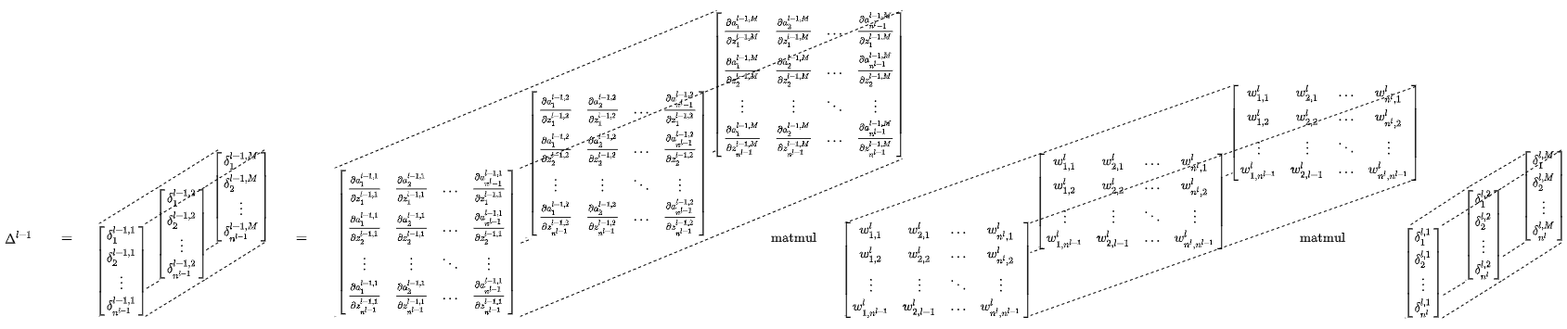
The draw.io diagram theory/Delta_l_1.png in kevinsuedmersen/neural_networks_from_scratch, before a commit. Source tidied: cells renumbered, new cells last; positions are measured from the earlier drawing's top-left corner, leaving out a move shared by most shapes.
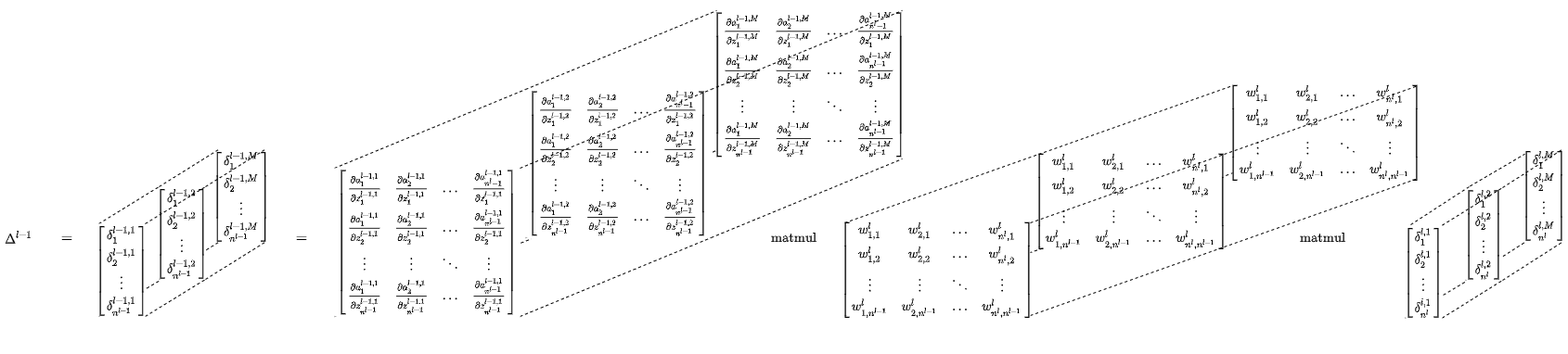
The same diagram one commit later.

What changed in the source:
```diff
@@ -80,10 +80,10 @@
     <mxCell id="27" style="edgeStyle=none;rounded=0;jettySize=auto;html=1;exitX=0;exitY=1;exitDx=0;exitDy=0;entryX=0.003;entryY=0.94;entryDx=0;entryDy=0;entryPerimeter=0;dashed=1;startArrow=none;startFill=0;endArrow=none;endFill=0;" parent="1" edge="1" source="28" target="29">
       <mxGeometry x="720" y="260" as="geometry" />
     </mxCell>
-    <mxCell id="28" value="$$&lt;br&gt;\left[&lt;br&gt;\matrix{&lt;br&gt;w^l_{1,1} &amp;amp; w^l_{2,1} &amp;amp; ... &amp;amp; w^l_{n^l, 1} \\&lt;br&gt;w^l_{1,2} &amp;amp; w^l_{2,2} &amp;amp; ... &amp;amp; w^l_{n^l, 2} \\&lt;br&gt;\vdots &amp;amp; \vdots &amp;amp; \ddots &amp;amp; \vdots \\&lt;br&gt;w^l_{1,n^{l-1}} &amp;amp; w^l_{2,{l-1}} &amp;amp; ... &amp;amp; w^l_{n^l, n^{l-1}}&amp;nbsp;&lt;br&gt;}&lt;br&gt;\right]&lt;br&gt;$$" style="rounded=0;whiteSpace=wrap;html=1;strokeColor=none;" parent="1" vertex="1">
+    <mxCell id="28" value="$$&lt;br&gt;\left[&lt;br&gt;\matrix{&lt;br&gt;w^l_{1,1} &amp;amp; w^l_{2,1} &amp;amp; ... &amp;amp; w^l_{n^l, 1} \\&lt;br&gt;w^l_{1,2} &amp;amp; w^l_{2,2} &amp;amp; ... &amp;amp; w^l_{n^l, 2} \\&lt;br&gt;\vdots &amp;amp; \vdots &amp;amp; \ddots &amp;amp; \vdots \\&lt;br&gt;w^l_{1,n^{l-1}} &amp;amp; w^l_{2,n^{l-1}} &amp;amp; ... &amp;amp; w^l_{n^l, n^{l-1}}&amp;nbsp;&lt;br&gt;}&lt;br&gt;\right]&lt;br&gt;$$" style="rounded=0;whiteSpace=wrap;html=1;strokeColor=none;" parent="1" vertex="1">
       <mxGeometry x="1119" y="155" width="200" height="100" as="geometry" />
     </mxCell>
-    <mxCell id="29" value="$$&lt;br&gt;\left[&lt;br&gt;\matrix{&lt;br&gt;w^l_{1,1} &amp;amp; w^l_{2,1} &amp;amp; ... &amp;amp; w^l_{n^l, 1} \\&lt;br&gt;w^l_{1,2} &amp;amp; w^l_{2,2} &amp;amp; ... &amp;amp; w^l_{n^l, 2} \\&lt;br&gt;\vdots &amp;amp; \vdots &amp;amp; \ddots &amp;amp; \vdots \\&lt;br&gt;w^l_{1,n^{l-1}} &amp;amp; w^l_{2,{l-1}} &amp;amp; ... &amp;amp; w^l_{n^l, n^{l-1}}&amp;nbsp;&lt;br&gt;}&lt;br&gt;\right]&lt;br&gt;$$" style="rounded=0;whiteSpace=wrap;html=1;strokeColor=none;" parent="1" vertex="1">
+    <mxCell id="29" value="$$&lt;br&gt;\left[&lt;br&gt;\matrix{&lt;br&gt;w^l_{1,1} &amp;amp; w^l_{2,1} &amp;amp; ... &amp;amp; w^l_{n^l, 1} \\&lt;br&gt;w^l_{1,2} &amp;amp; w^l_{2,2} &amp;amp; ... &amp;amp; w^l_{n^l, 2} \\&lt;br&gt;\vdots &amp;amp; \vdots &amp;amp; \ddots &amp;amp; \vdots \\&lt;br&gt;w^l_{1,n^{l-1}} &amp;amp; w^l_{2,n^{l-1}} &amp;amp; ... &amp;amp; w^l_{n^l, n^{l-1}}&amp;nbsp;&lt;br&gt;}&lt;br&gt;\right]&lt;br&gt;$$" style="rounded=0;whiteSpace=wrap;html=1;strokeColor=none;" parent="1" vertex="1">
       <mxGeometry x="1328" y="81" width="200" height="100" as="geometry" />
     </mxCell>
     <mxCell id="30" style="rounded=0;jettySize=auto;html=1;exitX=0;exitY=0;exitDx=0;exitDy=0;dashed=1;startArrow=none;startFill=0;entryX=0;entryY=0;entryDx=0;entryDy=0;endArrow=none;endFill=0;" parent="1" edge="1" source="33" target="28">
@@ -95,7 +95,7 @@
     <mxCell id="32" style="edgeStyle=none;rounded=0;jettySize=auto;html=1;exitX=0;exitY=1;exitDx=0;exitDy=0;entryX=0.031;entryY=1.008;entryDx=0;entryDy=0;entryPerimeter=0;dashed=1;startArrow=none;startFill=0;endArrow=none;endFill=0;" parent="1" edge="1" source="33" target="28">
       <mxGeometry x="720" y="260" as="geometry" />
     </mxCell>
-    <mxCell id="33" value="$$&lt;br&gt;\left[&lt;br&gt;\matrix{&lt;br&gt;w^l_{1,1} &amp;amp; w^l_{2,1} &amp;amp; ... &amp;amp; w^l_{n^l, 1} \\&lt;br&gt;w^l_{1,2} &amp;amp; w^l_{2,2} &amp;amp; ... &amp;amp; w^l_{n^l, 2} \\&lt;br&gt;\vdots &amp;amp; \vdots &amp;amp; \ddots &amp;amp; \vdots \\&lt;br&gt;w^l_{1,n^{l-1}} &amp;amp; w^l_{2,{l-1}} &amp;amp; ... &amp;amp; w^l_{n^l, n^{l-1}}&amp;nbsp;&lt;br&gt;}&lt;br&gt;\right]&lt;br&gt;$$" style="rounded=0;whiteSpace=wrap;html=1;strokeColor=none;" parent="1" vertex="1">
+    <mxCell id="33" value="$$&lt;br&gt;\left[&lt;br&gt;\matrix{&lt;br&gt;w^l_{1,1} &amp;amp; w^l_{2,1} &amp;amp; ... &amp;amp; w^l_{n^l, 1} \\&lt;br&gt;w^l_{1,2} &amp;amp; w^l_{2,2} &amp;amp; ... &amp;amp; w^l_{n^l, 2} \\&lt;br&gt;\vdots &amp;amp; \vdots &amp;amp; \ddots &amp;amp; \vdots \\&lt;br&gt;w^l_{1,n^{l-1}} &amp;amp; w^l_{2,n^{l-1}} &amp;amp; ... &amp;amp; w^l_{n^l, n^{l-1}}&amp;nbsp;&lt;br&gt;}&lt;br&gt;\right]&lt;br&gt;$$" style="rounded=0;whiteSpace=wrap;html=1;strokeColor=none;" parent="1" vertex="1">
       <mxGeometry x="910" y="229" width="200" height="100" as="geometry" />
     </mxCell>
     <mxCell id="34" style="edgeStyle=none;rounded=0;jettySize=auto;html=1;exitX=0;exitY=0;exitDx=0;exitDy=0;entryX=0;entryY=0;entryDx=0;entryDy=0;dashed=1;startArrow=none;startFill=0;endArrow=none;endFill=0;" parent="1" edge="1" source="28" target="29">
```
